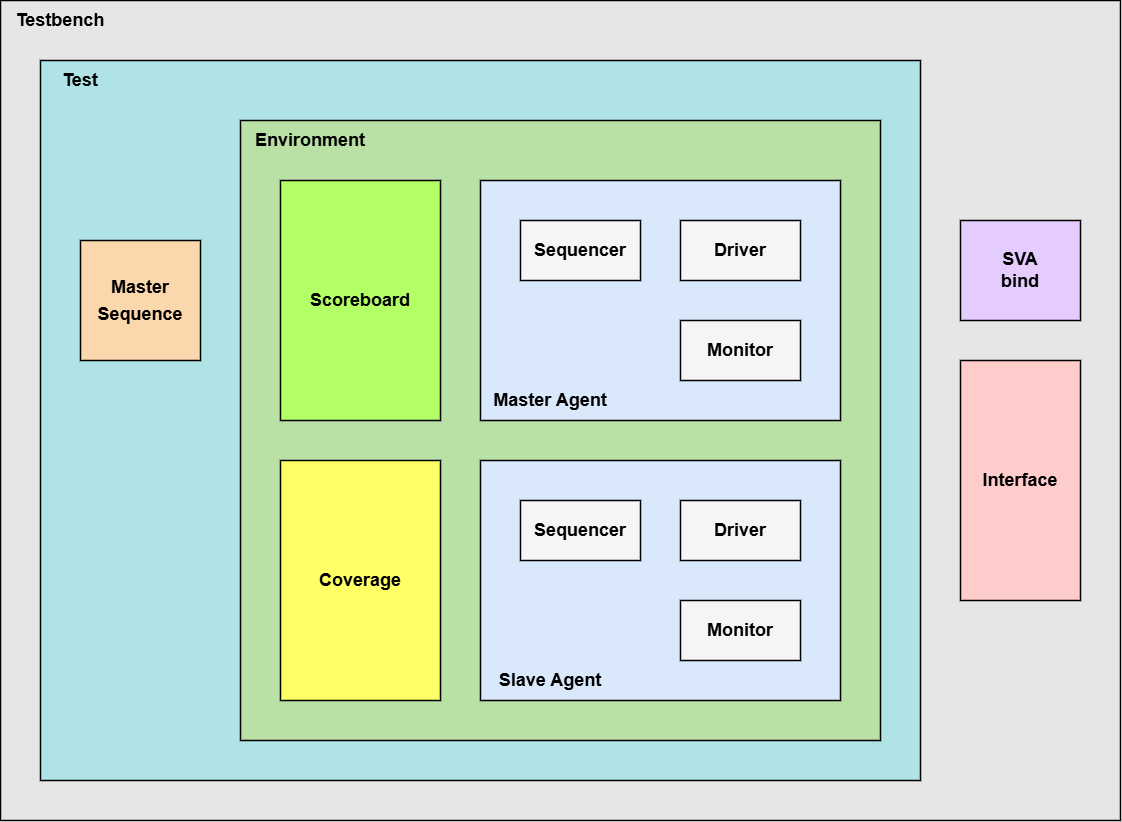
The draw.io diagram doc/axi4_vip.png in legiahuy15/AMBA-AXI4-VIP, before a commit. Source tidied: cells renumbered, new cells last; positions are measured from the earlier drawing's top-left corner, leaving out a move shared by most shapes. The source it was exported from:
```xml
<mxGraphModel>
  <root>
    <mxCell id="0" />
    <mxCell id="1" parent="0" />
    <mxCell id="2" style="rounded=0;whiteSpace=wrap;html=1;strokeWidth=1.5;fillColor=#E6E6E6;strokeColor=#000000;fontSize=18;fontStyle=1;" parent="1" vertex="1">
      <mxGeometry width="1120" height="820" as="geometry" />
    </mxCell>
    <mxCell id="3" style="rounded=0;whiteSpace=wrap;html=1;strokeWidth=1.5;fillColor=#b0e3e6;strokeColor=#000000;fontSize=18;fontStyle=1;" parent="1" vertex="1">
      <mxGeometry x="40" y="60" width="880" height="720" as="geometry" />
    </mxCell>
    <mxCell id="4" style="rounded=0;whiteSpace=wrap;html=1;strokeWidth=1.5;fillColor=#B9E0A5;fontColor=#ffffff;strokeColor=#000000;fontSize=18;fontStyle=1;" parent="1" vertex="1">
      <mxGeometry x="240" y="120" width="640" height="620" as="geometry" />
    </mxCell>
    <mxCell id="5" value="&lt;font&gt;Environment&lt;/font&gt;" style="text;html=1;whiteSpace=wrap;strokeColor=none;fillColor=none;align=center;verticalAlign=middle;rounded=0;strokeWidth=1.5;fontSize=18;fontStyle=1;" parent="1" vertex="1">
      <mxGeometry x="240" y="120" width="140" height="40" as="geometry" />
    </mxCell>
    <mxCell id="6" style="rounded=0;whiteSpace=wrap;html=1;strokeWidth=1.5;fillColor=#dae8fc;strokeColor=#000000;fontSize=18;fontStyle=1;" parent="1" vertex="1">
      <mxGeometry x="480" y="180" width="360" height="240" as="geometry" />
    </mxCell>
    <mxCell id="7" value="&lt;font&gt;Driver&lt;/font&gt;" style="rounded=0;whiteSpace=wrap;html=1;strokeWidth=1.5;fontSize=18;fontStyle=1;fillColor=#F5F5F5;" parent="1" vertex="1">
      <mxGeometry x="680" y="220" width="120" height="60" as="geometry" />
    </mxCell>
    <mxCell id="8" value="&lt;font&gt;Monitor&lt;/font&gt;" style="rounded=0;whiteSpace=wrap;html=1;strokeWidth=1.5;fontSize=18;fontStyle=1;fillColor=#F5F5F5;" parent="1" vertex="1">
      <mxGeometry x="680" y="320" width="120" height="60" as="geometry" />
    </mxCell>
    <mxCell id="9" value="&lt;font&gt;Sequencer&lt;/font&gt;" style="rounded=0;whiteSpace=wrap;html=1;strokeWidth=1.5;fontSize=18;fontStyle=1;fillColor=#F5F5F5;" parent="1" vertex="1">
      <mxGeometry x="520" y="220" width="120" height="60" as="geometry" />
    </mxCell>
    <mxCell id="10" value="&lt;font&gt;Master Agent&lt;/font&gt;" style="text;html=1;whiteSpace=wrap;strokeColor=none;fillColor=none;align=center;verticalAlign=middle;rounded=0;strokeWidth=1.5;fontSize=18;fontStyle=1;" parent="1" vertex="1">
      <mxGeometry x="480" y="380" width="140" height="40" as="geometry" />
    </mxCell>
    <mxCell id="11" style="rounded=0;whiteSpace=wrap;html=1;strokeWidth=1.5;fillColor=#dae8fc;strokeColor=#000000;fontSize=18;fontStyle=1;" parent="1" vertex="1">
      <mxGeometry x="480" y="460" width="360" height="240" as="geometry" />
    </mxCell>
    <mxCell id="12" value="&lt;font&gt;Driver&lt;/font&gt;" style="rounded=0;whiteSpace=wrap;html=1;strokeWidth=1.5;fontSize=18;fontStyle=1;fillColor=#F5F5F5;" parent="1" vertex="1">
      <mxGeometry x="680" y="500" width="120" height="60" as="geometry" />
    </mxCell>
    <mxCell id="13" value="&lt;font&gt;Monitor&lt;/font&gt;" style="rounded=0;whiteSpace=wrap;html=1;strokeWidth=1.5;fontSize=18;fontStyle=1;fillColor=#F5F5F5;" parent="1" vertex="1">
      <mxGeometry x="680" y="600" width="120" height="60" as="geometry" />
    </mxCell>
    <mxCell id="14" value="&lt;font&gt;Sequencer&lt;/font&gt;" style="rounded=0;whiteSpace=wrap;html=1;strokeWidth=1.5;fontSize=18;fontStyle=1;fillColor=#F5F5F5;" parent="1" vertex="1">
      <mxGeometry x="520" y="500" width="120" height="60" as="geometry" />
    </mxCell>
    <mxCell id="15" value="&lt;font&gt;Slave Agent&lt;/font&gt;" style="text;html=1;whiteSpace=wrap;strokeColor=none;fillColor=none;align=center;verticalAlign=middle;rounded=0;strokeWidth=1.5;fontSize=18;fontStyle=1;" parent="1" vertex="1">
      <mxGeometry x="480" y="660" width="140" height="40" as="geometry" />
    </mxCell>
    <mxCell id="16" value="&lt;font&gt;Test&lt;/font&gt;" style="text;html=1;whiteSpace=wrap;strokeColor=none;fillColor=none;align=center;verticalAlign=middle;rounded=0;strokeWidth=1.5;fontSize=18;fontStyle=1;" parent="1" vertex="1">
      <mxGeometry x="40" y="60" width="80" height="40" as="geometry" />
    </mxCell>
    <mxCell id="17" value="&lt;div style=&quot;line-height: 150%;&quot;&gt;&lt;div&gt;&lt;font&gt;Interface&lt;/font&gt;&lt;/div&gt;&lt;/div&gt;" style="rounded=0;whiteSpace=wrap;html=1;strokeWidth=1.5;fontSize=18;fillColor=#FFCCCC;fontStyle=1;" parent="1" vertex="1">
      <mxGeometry x="960" y="360" width="120" height="240" as="geometry" />
    </mxCell>
    <mxCell id="18" value="&lt;font&gt;Scoreboard&lt;/font&gt;" style="rounded=0;whiteSpace=wrap;html=1;strokeWidth=1.5;fontSize=18;fillColor=#B3FF66;fontStyle=1;" parent="1" vertex="1">
      <mxGeometry x="280" y="180" width="160" height="240" as="geometry" />
    </mxCell>
    <mxCell id="19" value="Coverage" style="rounded=0;whiteSpace=wrap;html=1;strokeWidth=1.5;fontSize=18;fillColor=#FFFF66;fontStyle=1;" parent="1" vertex="1">
      <mxGeometry x="280" y="460" width="160" height="240" as="geometry" />
    </mxCell>
    <mxCell id="20" value="Testbench" style="text;html=1;whiteSpace=wrap;strokeColor=none;fillColor=none;align=center;verticalAlign=middle;rounded=0;strokeWidth=1.5;fontSize=18;fontStyle=1;" parent="1" vertex="1">
      <mxGeometry width="120" height="40" as="geometry" />
    </mxCell>
    <mxCell id="21" value="&lt;font&gt;SVA&lt;/font&gt;&lt;div&gt;&lt;font&gt;bind&lt;/font&gt;&lt;/div&gt;" style="rounded=0;whiteSpace=wrap;html=1;strokeWidth=1.5;fontSize=18;fontStyle=1;fillColor=#E5CCFF;" parent="1" vertex="1">
      <mxGeometry x="960" y="220" width="120" height="100" as="geometry" />
    </mxCell>
    <mxCell id="22" value="&lt;div style=&quot;line-height: 150%;&quot;&gt;&lt;div&gt;Master&lt;/div&gt;&lt;font&gt;Sequence&lt;/font&gt;&lt;/div&gt;" style="rounded=0;whiteSpace=wrap;html=1;strokeWidth=1.5;fontSize=18;fontStyle=1;fillColor=#fad7ac;strokeColor=#000000;" parent="1" vertex="1">
      <mxGeometry x="80" y="240" width="120" height="120" as="geometry" />
    </mxCell>
  </root>
</mxGraphModel>
```
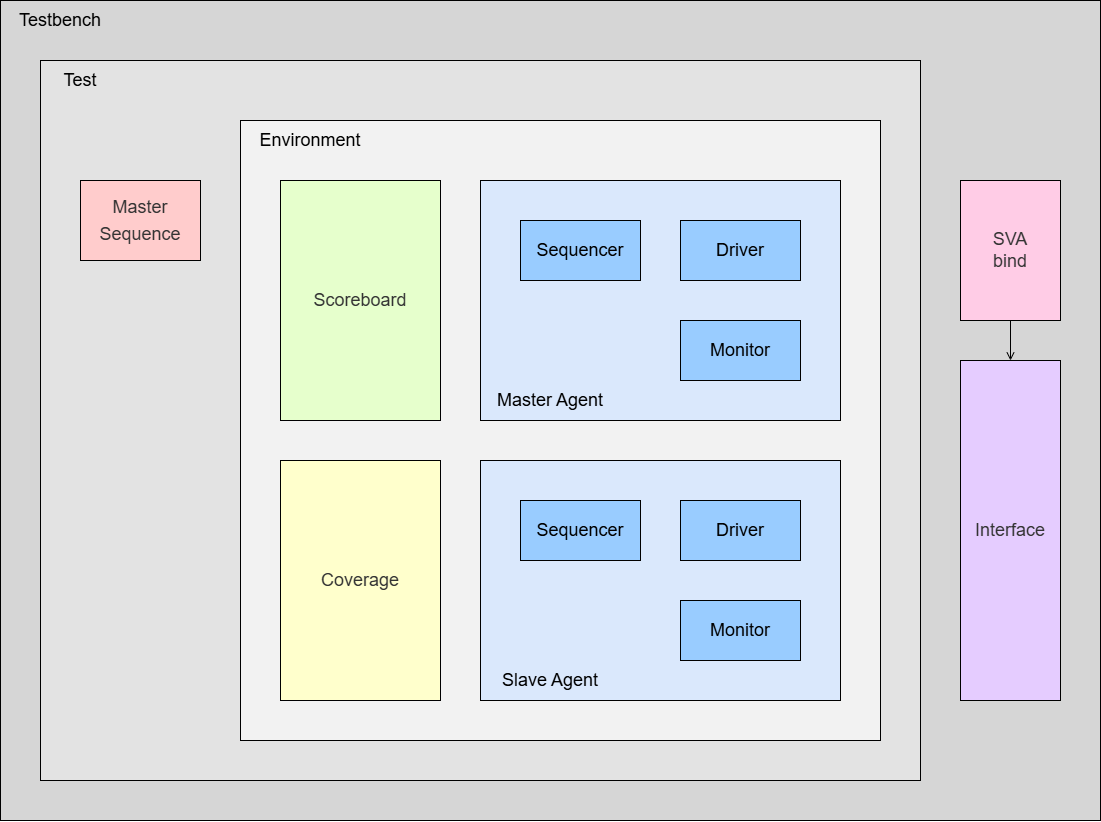
The same diagram one commit later.

The edit, as a diff of the source:
```diff
@@ -2,68 +2,71 @@
   <root>
     <mxCell id="0" />
     <mxCell id="1" parent="0" />
-    <mxCell id="2" style="rounded=0;whiteSpace=wrap;html=1;strokeWidth=1.5;fillColor=#E6E6E6;strokeColor=#000000;fontSize=18;fontStyle=1;" parent="1" vertex="1">
-      <mxGeometry width="1120" height="820" as="geometry" />
+    <mxCell id="2" style="rounded=0;whiteSpace=wrap;html=1;strokeWidth=1;fontSize=18;fontStyle=0;fillColor=#D6D6D6;fontColor=#333333;strokeColor=#000000;gradientColor=none;" parent="1" vertex="1">
+      <mxGeometry width="1100" height="820" as="geometry" />
     </mxCell>
-    <mxCell id="3" style="rounded=0;whiteSpace=wrap;html=1;strokeWidth=1.5;fillColor=#b0e3e6;strokeColor=#000000;fontSize=18;fontStyle=1;" parent="1" vertex="1">
+    <mxCell id="3" style="rounded=0;whiteSpace=wrap;html=1;strokeWidth=1;fillColor=#E3E3E3;strokeColor=#000000;fontSize=18;fontStyle=0;fontColor=#333333;" parent="1" vertex="1">
       <mxGeometry x="40" y="60" width="880" height="720" as="geometry" />
     </mxCell>
-    <mxCell id="4" style="rounded=0;whiteSpace=wrap;html=1;strokeWidth=1.5;fillColor=#B9E0A5;fontColor=#ffffff;strokeColor=#000000;fontSize=18;fontStyle=1;" parent="1" vertex="1">
+    <mxCell id="4" style="rounded=0;whiteSpace=wrap;html=1;strokeWidth=1;fillColor=#F2F2F2;fontColor=#333333;strokeColor=#000000;fontSize=18;fontStyle=0;" parent="1" vertex="1">
       <mxGeometry x="240" y="120" width="640" height="620" as="geometry" />
     </mxCell>
-    <mxCell id="5" value="&lt;font&gt;Environment&lt;/font&gt;" style="text;html=1;whiteSpace=wrap;strokeColor=none;fillColor=none;align=center;verticalAlign=middle;rounded=0;strokeWidth=1.5;fontSize=18;fontStyle=1;" parent="1" vertex="1">
+    <mxCell id="5" value="&lt;font&gt;Environment&lt;/font&gt;" style="text;html=1;whiteSpace=wrap;strokeColor=none;fillColor=none;align=center;verticalAlign=middle;rounded=0;strokeWidth=1;fontSize=18;fontStyle=0;" parent="1" vertex="1">
       <mxGeometry x="240" y="120" width="140" height="40" as="geometry" />
     </mxCell>
-    <mxCell id="6" style="rounded=0;whiteSpace=wrap;html=1;strokeWidth=1.5;fillColor=#dae8fc;strokeColor=#000000;fontSize=18;fontStyle=1;" parent="1" vertex="1">
+    <mxCell id="6" style="rounded=0;whiteSpace=wrap;html=1;strokeWidth=1;fillColor=#dae8fc;strokeColor=#000000;fontSize=18;fontStyle=0;" parent="1" vertex="1">
       <mxGeometry x="480" y="180" width="360" height="240" as="geometry" />
     </mxCell>
-    <mxCell id="7" value="&lt;font&gt;Driver&lt;/font&gt;" style="rounded=0;whiteSpace=wrap;html=1;strokeWidth=1.5;fontSize=18;fontStyle=1;fillColor=#F5F5F5;" parent="1" vertex="1">
+    <mxCell id="7" value="&lt;font&gt;Driver&lt;/font&gt;" style="rounded=0;whiteSpace=wrap;html=1;strokeWidth=1;fontSize=18;fontStyle=0;fillColor=#99CCFF;strokeColor=#000000;" parent="1" vertex="1">
       <mxGeometry x="680" y="220" width="120" height="60" as="geometry" />
     </mxCell>
-    <mxCell id="8" value="&lt;font&gt;Monitor&lt;/font&gt;" style="rounded=0;whiteSpace=wrap;html=1;strokeWidth=1.5;fontSize=18;fontStyle=1;fillColor=#F5F5F5;" parent="1" vertex="1">
+    <mxCell id="8" value="&lt;font&gt;Monitor&lt;/font&gt;" style="rounded=0;whiteSpace=wrap;html=1;strokeWidth=1;fontSize=18;fontStyle=0;fillColor=#99CCFF;strokeColor=#000000;" parent="1" vertex="1">
       <mxGeometry x="680" y="320" width="120" height="60" as="geometry" />
     </mxCell>
-    <mxCell id="9" value="&lt;font&gt;Sequencer&lt;/font&gt;" style="rounded=0;whiteSpace=wrap;html=1;strokeWidth=1.5;fontSize=18;fontStyle=1;fillColor=#F5F5F5;" parent="1" vertex="1">
+    <mxCell id="9" value="&lt;font&gt;Sequencer&lt;/font&gt;" style="rounded=0;whiteSpace=wrap;html=1;strokeWidth=1;fontSize=18;fontStyle=0;fillColor=#99CCFF;strokeColor=#000000;" parent="1" vertex="1">
       <mxGeometry x="520" y="220" width="120" height="60" as="geometry" />
     </mxCell>
-    <mxCell id="10" value="&lt;font&gt;Master Agent&lt;/font&gt;" style="text;html=1;whiteSpace=wrap;strokeColor=none;fillColor=none;align=center;verticalAlign=middle;rounded=0;strokeWidth=1.5;fontSize=18;fontStyle=1;" parent="1" vertex="1">
+    <mxCell id="10" value="&lt;font&gt;Master Agent&lt;/font&gt;" style="text;html=1;whiteSpace=wrap;strokeColor=none;fillColor=none;align=center;verticalAlign=middle;rounded=0;strokeWidth=1;fontSize=18;fontStyle=0;" parent="1" vertex="1">
       <mxGeometry x="480" y="380" width="140" height="40" as="geometry" />
     </mxCell>
-    <mxCell id="11" style="rounded=0;whiteSpace=wrap;html=1;strokeWidth=1.5;fillColor=#dae8fc;strokeColor=#000000;fontSize=18;fontStyle=1;" parent="1" vertex="1">
+    <mxCell id="11" style="rounded=0;whiteSpace=wrap;html=1;strokeWidth=1;fillColor=#dae8fc;strokeColor=#000000;fontSize=18;fontStyle=0;" parent="1" vertex="1">
       <mxGeometry x="480" y="460" width="360" height="240" as="geometry" />
     </mxCell>
-    <mxCell id="12" value="&lt;font&gt;Driver&lt;/font&gt;" style="rounded=0;whiteSpace=wrap;html=1;strokeWidth=1.5;fontSize=18;fontStyle=1;fillColor=#F5F5F5;" parent="1" vertex="1">
+    <mxCell id="12" value="&lt;font&gt;Driver&lt;/font&gt;" style="rounded=0;whiteSpace=wrap;html=1;strokeWidth=1;fontSize=18;fontStyle=0;fillColor=#99CCFF;strokeColor=#000000;" parent="1" vertex="1">
       <mxGeometry x="680" y="500" width="120" height="60" as="geometry" />
     </mxCell>
-    <mxCell id="13" value="&lt;font&gt;Monitor&lt;/font&gt;" style="rounded=0;whiteSpace=wrap;html=1;strokeWidth=1.5;fontSize=18;fontStyle=1;fillColor=#F5F5F5;" parent="1" vertex="1">
+    <mxCell id="13" value="&lt;font&gt;Monitor&lt;/font&gt;" style="rounded=0;whiteSpace=wrap;html=1;strokeWidth=1;fontSize=18;fontStyle=0;fillColor=#99CCFF;strokeColor=#000000;" parent="1" vertex="1">
       <mxGeometry x="680" y="600" width="120" height="60" as="geometry" />
     </mxCell>
-    <mxCell id="14" value="&lt;font&gt;Sequencer&lt;/font&gt;" style="rounded=0;whiteSpace=wrap;html=1;strokeWidth=1.5;fontSize=18;fontStyle=1;fillColor=#F5F5F5;" parent="1" vertex="1">
+    <mxCell id="14" value="&lt;font&gt;Sequencer&lt;/font&gt;" style="rounded=0;whiteSpace=wrap;html=1;strokeWidth=1;fontSize=18;fontStyle=0;fillColor=#99CCFF;strokeColor=#000000;" parent="1" vertex="1">
       <mxGeometry x="520" y="500" width="120" height="60" as="geometry" />
     </mxCell>
-    <mxCell id="15" value="&lt;font&gt;Slave Agent&lt;/font&gt;" style="text;html=1;whiteSpace=wrap;strokeColor=none;fillColor=none;align=center;verticalAlign=middle;rounded=0;strokeWidth=1.5;fontSize=18;fontStyle=1;" parent="1" vertex="1">
+    <mxCell id="15" value="&lt;font&gt;Slave Agent&lt;/font&gt;" style="text;html=1;whiteSpace=wrap;strokeColor=none;fillColor=none;align=center;verticalAlign=middle;rounded=0;strokeWidth=1;fontSize=18;fontStyle=0;" parent="1" vertex="1">
       <mxGeometry x="480" y="660" width="140" height="40" as="geometry" />
     </mxCell>
-    <mxCell id="16" value="&lt;font&gt;Test&lt;/font&gt;" style="text;html=1;whiteSpace=wrap;strokeColor=none;fillColor=none;align=center;verticalAlign=middle;rounded=0;strokeWidth=1.5;fontSize=18;fontStyle=1;" parent="1" vertex="1">
+    <mxCell id="16" value="&lt;font&gt;Test&lt;/font&gt;" style="text;html=1;whiteSpace=wrap;strokeColor=none;fillColor=none;align=center;verticalAlign=middle;rounded=0;strokeWidth=1;fontSize=18;fontStyle=0;" parent="1" vertex="1">
       <mxGeometry x="40" y="60" width="80" height="40" as="geometry" />
     </mxCell>
-    <mxCell id="17" value="&lt;div style=&quot;line-height: 150%;&quot;&gt;&lt;div&gt;&lt;font&gt;Interface&lt;/font&gt;&lt;/div&gt;&lt;/div&gt;" style="rounded=0;whiteSpace=wrap;html=1;strokeWidth=1.5;fontSize=18;fillColor=#FFCCCC;fontStyle=1;" parent="1" vertex="1">
-      <mxGeometry x="960" y="360" width="120" height="240" as="geometry" />
+    <mxCell id="17" value="&lt;div style=&quot;line-height: 150%;&quot;&gt;&lt;div&gt;&lt;font&gt;Interface&lt;/font&gt;&lt;/div&gt;&lt;/div&gt;" style="rounded=0;whiteSpace=wrap;html=1;strokeWidth=1;fontSize=18;fillColor=#E5CCFF;fontStyle=0;fontColor=#333333;strokeColor=#000000;" parent="1" vertex="1">
+      <mxGeometry x="960" y="360" width="100" height="340" as="geometry" />
     </mxCell>
-    <mxCell id="18" value="&lt;font&gt;Scoreboard&lt;/font&gt;" style="rounded=0;whiteSpace=wrap;html=1;strokeWidth=1.5;fontSize=18;fillColor=#B3FF66;fontStyle=1;" parent="1" vertex="1">
+    <mxCell id="18" value="&lt;font&gt;Scoreboard&lt;/font&gt;" style="rounded=0;whiteSpace=wrap;html=1;strokeWidth=1;fontSize=18;fillColor=#E6FFCC;fontStyle=0;fontColor=#333333;strokeColor=#000000;" parent="1" vertex="1">
       <mxGeometry x="280" y="180" width="160" height="240" as="geometry" />
     </mxCell>
-    <mxCell id="19" value="Coverage" style="rounded=0;whiteSpace=wrap;html=1;strokeWidth=1.5;fontSize=18;fillColor=#FFFF66;fontStyle=1;" parent="1" vertex="1">
+    <mxCell id="19" value="Coverage" style="rounded=0;whiteSpace=wrap;html=1;strokeWidth=1;fontSize=18;fillColor=#FFFFCC;fontStyle=0;fontColor=#333333;strokeColor=#000000;" parent="1" vertex="1">
       <mxGeometry x="280" y="460" width="160" height="240" as="geometry" />
     </mxCell>
-    <mxCell id="20" value="Testbench" style="text;html=1;whiteSpace=wrap;strokeColor=none;fillColor=none;align=center;verticalAlign=middle;rounded=0;strokeWidth=1.5;fontSize=18;fontStyle=1;" parent="1" vertex="1">
+    <mxCell id="20" value="Testbench" style="text;html=1;whiteSpace=wrap;strokeColor=none;fillColor=none;align=center;verticalAlign=middle;rounded=0;strokeWidth=1;fontSize=18;fontStyle=0;" parent="1" vertex="1">
       <mxGeometry width="120" height="40" as="geometry" />
     </mxCell>
+    <mxCell id="23" style="edgeStyle=orthogonalEdgeStyle;rounded=0;jettySize=auto;html=1;exitX=0.5;exitY=1;exitDx=0;exitDy=0;entryX=0.5;entryY=0;entryDx=0;entryDy=0;strokeWidth=1;endArrow=open;endFill=0;strokeColor=#000000;fontStyle=0;" parent="1" edge="1" source="21" target="17">
+      <mxGeometry relative="1" as="geometry" />
+    </mxCell>
-    <mxCell id="21" value="&lt;font&gt;SVA&lt;/font&gt;&lt;div&gt;&lt;font&gt;bind&lt;/font&gt;&lt;/div&gt;" style="rounded=0;whiteSpace=wrap;html=1;strokeWidth=1.5;fontSize=18;fontStyle=1;fillColor=#E5CCFF;" parent="1" vertex="1">
-      <mxGeometry x="960" y="220" width="120" height="100" as="geometry" />
+    <mxCell id="21" value="&lt;font&gt;SVA&lt;/font&gt;&lt;div&gt;&lt;font&gt;bind&lt;/font&gt;&lt;/div&gt;" style="rounded=0;whiteSpace=wrap;html=1;strokeWidth=1;fontSize=18;fontStyle=0;fillColor=#FFCCE6;fontColor=#333333;strokeColor=#000000;" parent="1" vertex="1">
+      <mxGeometry x="960" y="180" width="100" height="140" as="geometry" />
     </mxCell>
-    <mxCell id="22" value="&lt;div style=&quot;line-height: 150%;&quot;&gt;&lt;div&gt;Master&lt;/div&gt;&lt;font&gt;Sequence&lt;/font&gt;&lt;/div&gt;" style="rounded=0;whiteSpace=wrap;html=1;strokeWidth=1.5;fontSize=18;fontStyle=1;fillColor=#fad7ac;strokeColor=#000000;" parent="1" vertex="1">
-      <mxGeometry x="80" y="240" width="120" height="120" as="geometry" />
+    <mxCell id="22" value="&lt;div style=&quot;line-height: 150%;&quot;&gt;&lt;div&gt;Master&lt;/div&gt;&lt;font&gt;Sequence&lt;/font&gt;&lt;/div&gt;" style="rounded=0;whiteSpace=wrap;html=1;strokeWidth=1;fontSize=18;fontStyle=0;fillColor=#FFCCCC;strokeColor=#000000;fontColor=#333333;" parent="1" vertex="1">
+      <mxGeometry x="80" y="180" width="120" height="80" as="geometry" />
     </mxCell>
   </root>
 </mxGraphModel>
```
